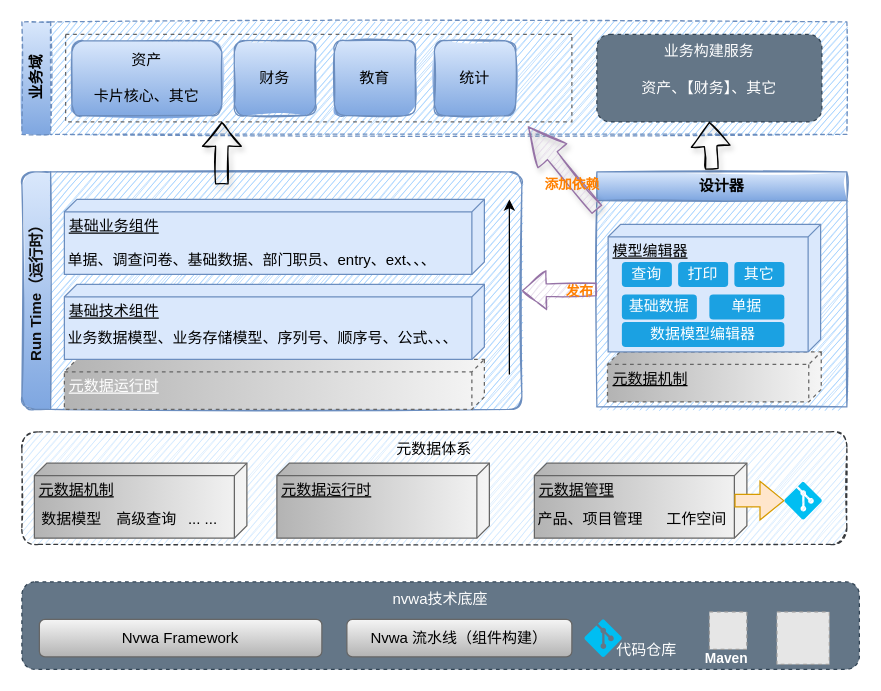
Before: page "架构图" (1 of 3) of 轻量级业务构建体系.drawio in lornezhang66/draw.io, a draw.io diagram. Source tidied: cells renumbered, new cells numbered last; positions are measured from the earlier drawing's top-left corner, leaving out a move shared by most shapes. Both pictures are drawn from the tidied source at 125%, with x=0, y=0 at pixel (21, 21). Pictures stored in the file or linked from it are replaced by grey dashed boxes.
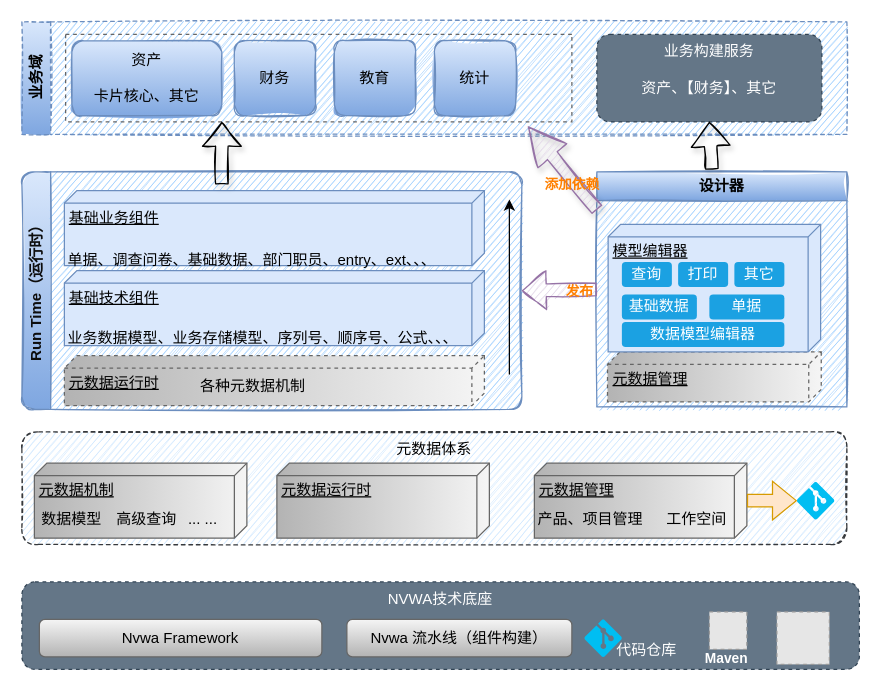
Above is the later version.

Commit message:
更新轻量级业务构建体系.drawio

The change refers to these unchanged cells:
```xml
<mxCell id="21" value="Run Time（运行时）" style="swimlane;horizontal=0;whiteSpace=wrap;html=1;fillColor=#dae8fc;gradientColor=#7ea6e0;strokeColor=#6c8ebf;rounded=1;sketch=1;labelBackgroundColor=none;fontColor=#0D0D0D;swimlaneFillColor=#99CCFF;" parent="1" vertex="1">
  <mxGeometry y="120" width="400" height="190" as="geometry" />
</mxCell>
<mxCell id="28" value="设计器" style="swimlane;whiteSpace=wrap;html=1;fillColor=#dae8fc;gradientColor=#7ea6e0;strokeColor=#6c8ebf;sketch=1;swimlaneFillColor=#99CCFF;" parent="1" vertex="1">
  <mxGeometry x="460" y="120" width="200" height="188" as="geometry" />
</mxCell>
```

The edit, as a diff of the source:
```diff
@@
-    <mxCell id="2" value="nvwa技术底座" style="rounded=1;whiteSpace=wrap;html=1;verticalAlign=top;dashed=1;fillColor=#647687;fontColor=#ffffff;strokeColor=#314354;" parent="1" vertex="1">
+    <mxCell id="2" value="NVWA技术底座" style="rounded=1;whiteSpace=wrap;html=1;verticalAlign=top;dashed=1;fillColor=#647687;fontColor=#ffffff;strokeColor=#314354;" parent="1" vertex="1">
       <mxGeometry y="448" width="670" height="70" as="geometry" />
     </mxCell>
@@
     <mxCell id="9" style="verticalLabelPosition=bottom;html=1;verticalAlign=top;align=center;strokeColor=none;fillColor=#00BEF2;shape=mxgraph.azure.git_repository;" parent="1" vertex="1">
-      <mxGeometry x="610" y="368" width="30" height="30" as="geometry" />
+      <mxGeometry x="620" y="368" width="30" height="30" as="geometry" />
     </mxCell>
@@
     <mxCell id="20" style="shape=flexArrow;endArrow=classic;html=1;rounded=0;fontColor=#FF8000;entryX=0;entryY=0.5;entryDx=0;entryDy=0;entryPerimeter=0;fillColor=#ffe6cc;strokeColor=#d79b00;" parent="1" edge="1" target="9">
       <mxGeometry relative="1" as="geometry">
-        <mxPoint x="570" y="383" as="sourcePoint" />
+        <mxPoint x="580" y="383" as="sourcePoint" />
       </mxGeometry>
     </mxCell>
@@
-    <mxCell id="22" value="元数据运行时" style="verticalAlign=top;align=left;spacingTop=8;spacingLeft=2;spacingRight=12;shape=cube;size=10;direction=south;fontStyle=4;html=1;fillColor=#f5f5f5;strokeColor=#666666;dashed=1;gradientColor=#b3b3b3;fontColor=#FFFFFF;" parent="21" vertex="1">
-      <mxGeometry x="34" y="150" width="336" height="40" as="geometry" />
+    <mxCell id="22" value="元数据运行时" style="verticalAlign=top;align=left;spacingTop=8;spacingLeft=2;spacingRight=12;shape=cube;size=10;direction=south;fontStyle=4;html=1;fillColor=#f5f5f5;strokeColor=#666666;dashed=1;gradientColor=#b3b3b3;fontColor=#000000;" parent="21" vertex="1">
+      <mxGeometry x="34" y="147" width="336" height="40" as="geometry" />
     </mxCell>
@@
     <mxCell id="24" value="基础技术组件" style="verticalAlign=top;align=left;spacingTop=8;spacingLeft=2;spacingRight=12;shape=cube;size=10;direction=south;fontStyle=4;html=1;fillColor=#dae8fc;strokeColor=#6c8ebf;" parent="21" vertex="1">
-      <mxGeometry x="34" y="90" width="336" height="60" as="geometry" />
+      <mxGeometry x="34" y="79" width="336" height="60" as="geometry" />
     </mxCell>
     <mxCell id="25" value="基础业务组件" style="verticalAlign=top;align=left;spacingTop=8;spacingLeft=2;spacingRight=12;shape=cube;size=10;direction=south;fontStyle=4;html=1;fillColor=#dae8fc;strokeColor=#6c8ebf;" parent="21" vertex="1">
-      <mxGeometry x="34" y="22" width="336" height="60" as="geometry" />
+      <mxGeometry x="34" y="15" width="336" height="60" as="geometry" />
     </mxCell>
@@
+    <mxCell id="50" value="各种元数据机制" style="text;html=1;strokeColor=none;fillColor=none;align=center;verticalAlign=middle;whiteSpace=wrap;rounded=0;fontColor=#000000;" parent="21" vertex="1">
+      <mxGeometry x="120" y="157" width="130" height="30" as="geometry" />
+    </mxCell>
@@
-    <mxCell id="29" value="元数据机制" style="verticalAlign=top;align=left;spacingTop=8;spacingLeft=2;spacingRight=12;shape=cube;size=10;direction=south;fontStyle=4;html=1;dashed=1;fillColor=#f5f5f5;strokeColor=#666666;gradientColor=#b3b3b3;" parent="28" vertex="1">
+    <mxCell id="29" value="元数据管理" style="verticalAlign=top;align=left;spacingTop=8;spacingLeft=2;spacingRight=12;shape=cube;size=10;direction=south;fontStyle=4;html=1;dashed=1;fillColor=#f5f5f5;strokeColor=#666666;gradientColor=#b3b3b3;" parent="28" vertex="1">
       <mxGeometry x="8.5" y="144" width="171" height="40" as="geometry" />
     </mxCell>
```
